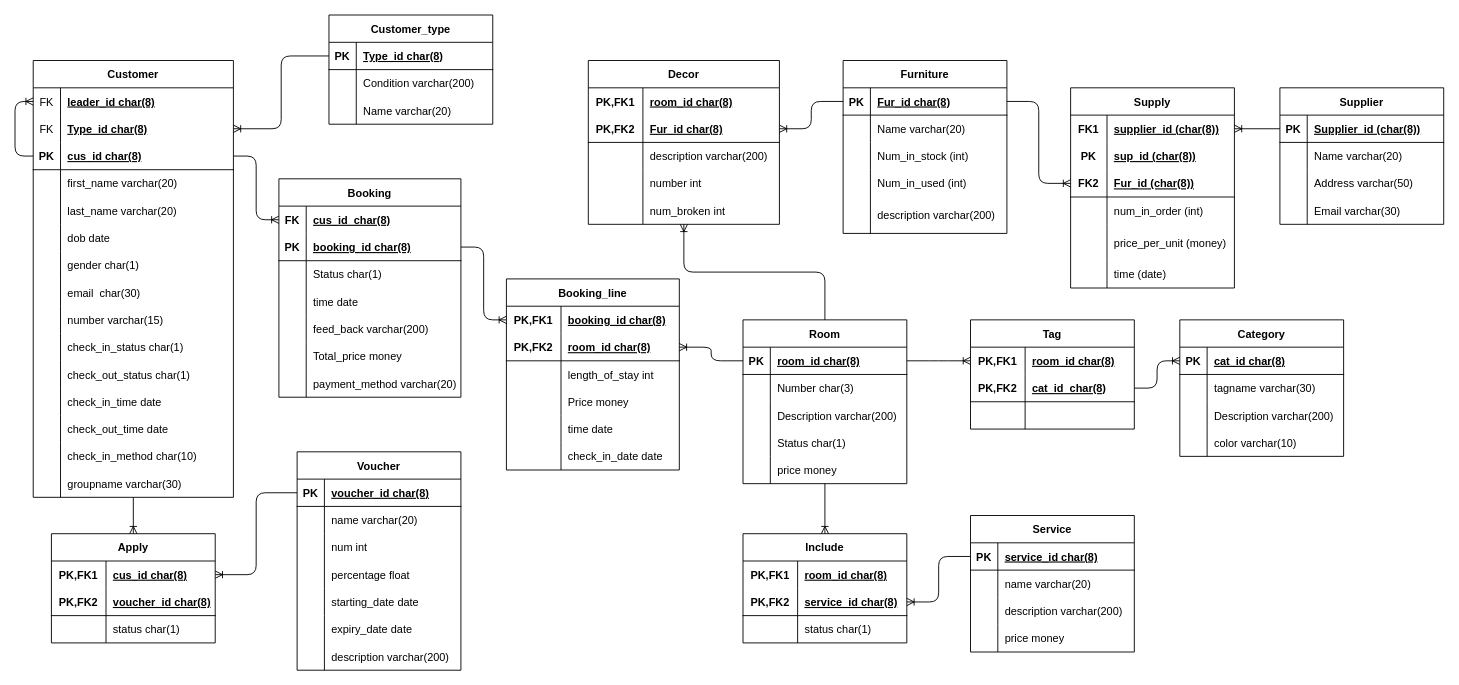
Before: page "Page-1" (1 of 2) of hotelerd.drawio in ddtd146/hotel-management-system-, a draw.io diagram. Source tidied: cells renumbered, new cells numbered last; positions are measured from the earlier drawing's top-left corner, leaving out a move shared by most shapes. Both pictures are drawn from the tidied source at 91%, with x=0, y=0 at pixel (15, 15).
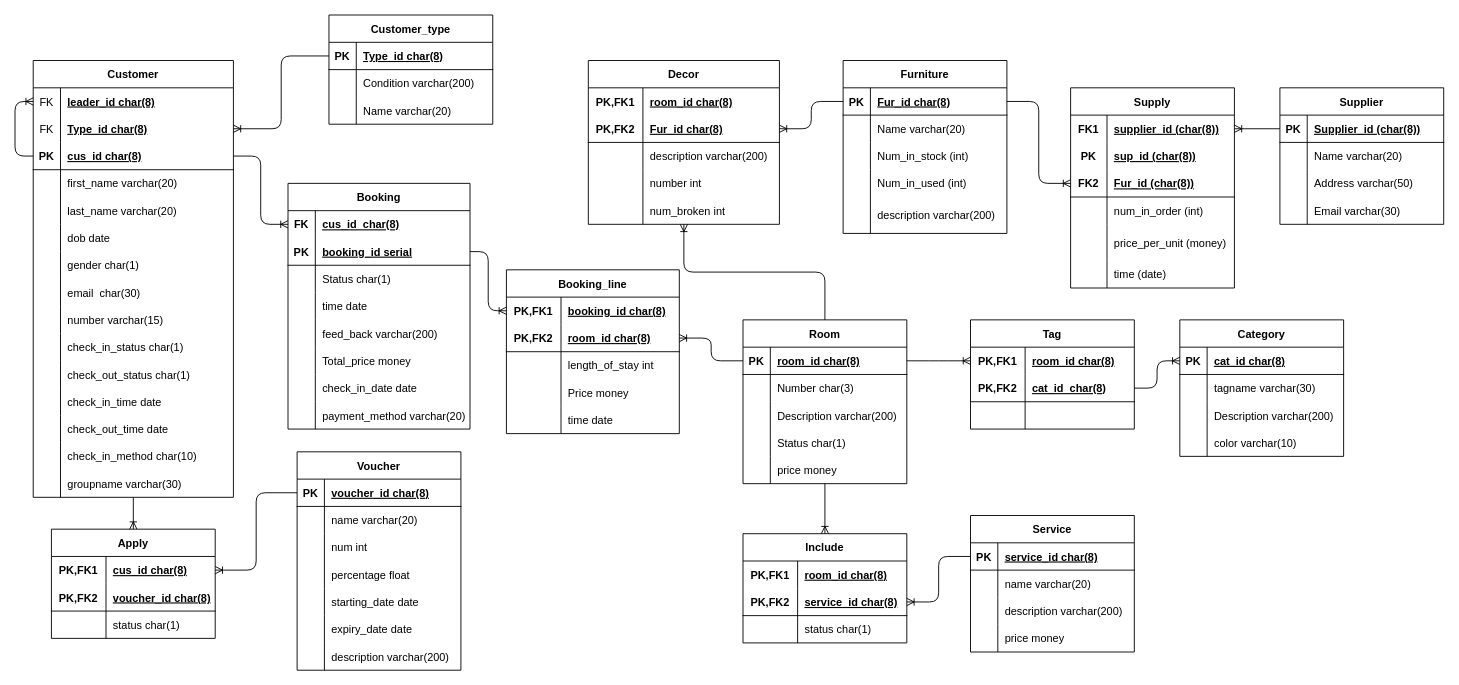
The same page after the edit.

Unchanged cells that the change refers to:
```xml
<mxCell id="156" style="shape=tableRow;horizontal=0;startSize=0;swimlaneHead=0;swimlaneBody=0;fillColor=none;points=[[0,0.5],[1,0.5]];portConstraint=eastwest;top=0;left=0;right=0;bottom=1;" parent="152" vertex="1">
  <mxGeometry y="60" width="200" height="30" as="geometry" />
</mxCell>
```

The edit, as a diff of the source:
```diff
@@
     <mxCell id="152" value="Booking" style="shape=table;startSize=30;childLayout=tableLayout;rowLines=0;fontStyle=1;align=center;" parent="1" vertex="1">
-      <mxGeometry x="290" y="180" width="200" height="240" as="geometry" />
+      <mxGeometry x="300" y="185" width="200" height="270" as="geometry" />
     </mxCell>
@@
-    <mxCell id="158" value="booking_id char(8)" style="shape=partialRectangle;fillColor=none;top=0;left=0;bottom=0;right=0;align=left;spacingLeft=6;fontStyle=5;overflow=hidden;" parent="156" vertex="1">
+    <mxCell id="158" value="booking_id serial" style="shape=partialRectangle;fillColor=none;top=0;left=0;bottom=0;right=0;align=left;spacingLeft=6;fontStyle=5;overflow=hidden;" parent="156" vertex="1">
       <mxGeometry x="30" width="170" height="30" as="geometry" />
     </mxCell>
@@
+    <mxCell id="257" style="shape=tableRow;horizontal=0;startSize=0;swimlaneHead=0;swimlaneBody=0;fillColor=none;top=0;left=0;right=0;bottom=0;" parent="152" vertex="1">
+      <mxGeometry y="210" width="200" height="30" as="geometry" />
+    </mxCell>
+    <mxCell id="258" style="shape=partialRectangle;fillColor=none;top=0;left=0;bottom=0;right=0;overflow=hidden;" parent="257" vertex="1">
+      <mxGeometry width="30" height="30" as="geometry" />
+    </mxCell>
+    <mxCell id="259" value="check_in_date date" style="shape=partialRectangle;fillColor=none;top=0;left=0;bottom=0;right=0;align=left;spacingLeft=6;overflow=hidden;" parent="257" vertex="1">
+      <mxGeometry x="30" width="170" height="30" as="geometry" />
+    </mxCell>
     <mxCell id="171" style="shape=tableRow;horizontal=0;startSize=0;swimlaneHead=0;swimlaneBody=0;fillColor=none;top=0;left=0;right=0;bottom=0;" parent="152" vertex="1">
-      <mxGeometry y="210" width="200" height="30" as="geometry" />
+      <mxGeometry y="240" width="200" height="30" as="geometry" />
     </mxCell>
@@
     <mxCell id="190" value="Apply" style="shape=table;startSize=30;childLayout=tableLayout;rowLines=0;fontStyle=1;align=center;" parent="1" vertex="1">
-      <mxGeometry x="40" y="570" width="180" height="120" as="geometry" />
+      <mxGeometry x="40" y="565" width="180" height="120" as="geometry" />
     </mxCell>
@@
     <mxCell id="241" value="Booking_line" style="shape=table;startSize=30;childLayout=tableLayout;rowLines=0;fontStyle=1;align=center;" parent="1" vertex="1">
-      <mxGeometry x="540" y="290" width="190" height="210" as="geometry" />
+      <mxGeometry x="540" y="280" width="190" height="180" as="geometry" />
     </mxCell>
@@
-    <mxCell id="257" style="shape=tableRow;horizontal=0;startSize=0;swimlaneHead=0;swimlaneBody=0;fillColor=none;top=0;left=0;right=0;bottom=0;" parent="241" vertex="1">
-      <mxGeometry y="180" width="190" height="30" as="geometry" />
-    </mxCell>
-    <mxCell id="258" style="shape=partialRectangle;fillColor=none;top=0;left=0;bottom=0;right=0;overflow=hidden;" parent="257" vertex="1">
-      <mxGeometry width="60" height="30" as="geometry" />
-    </mxCell>
-    <mxCell id="259" value="check_in_date date" style="shape=partialRectangle;fillColor=none;top=0;left=0;bottom=0;right=0;align=left;spacingLeft=6;overflow=hidden;" parent="257" vertex="1">
-      <mxGeometry x="60" width="130" height="30" as="geometry" />
-    </mxCell>
```
